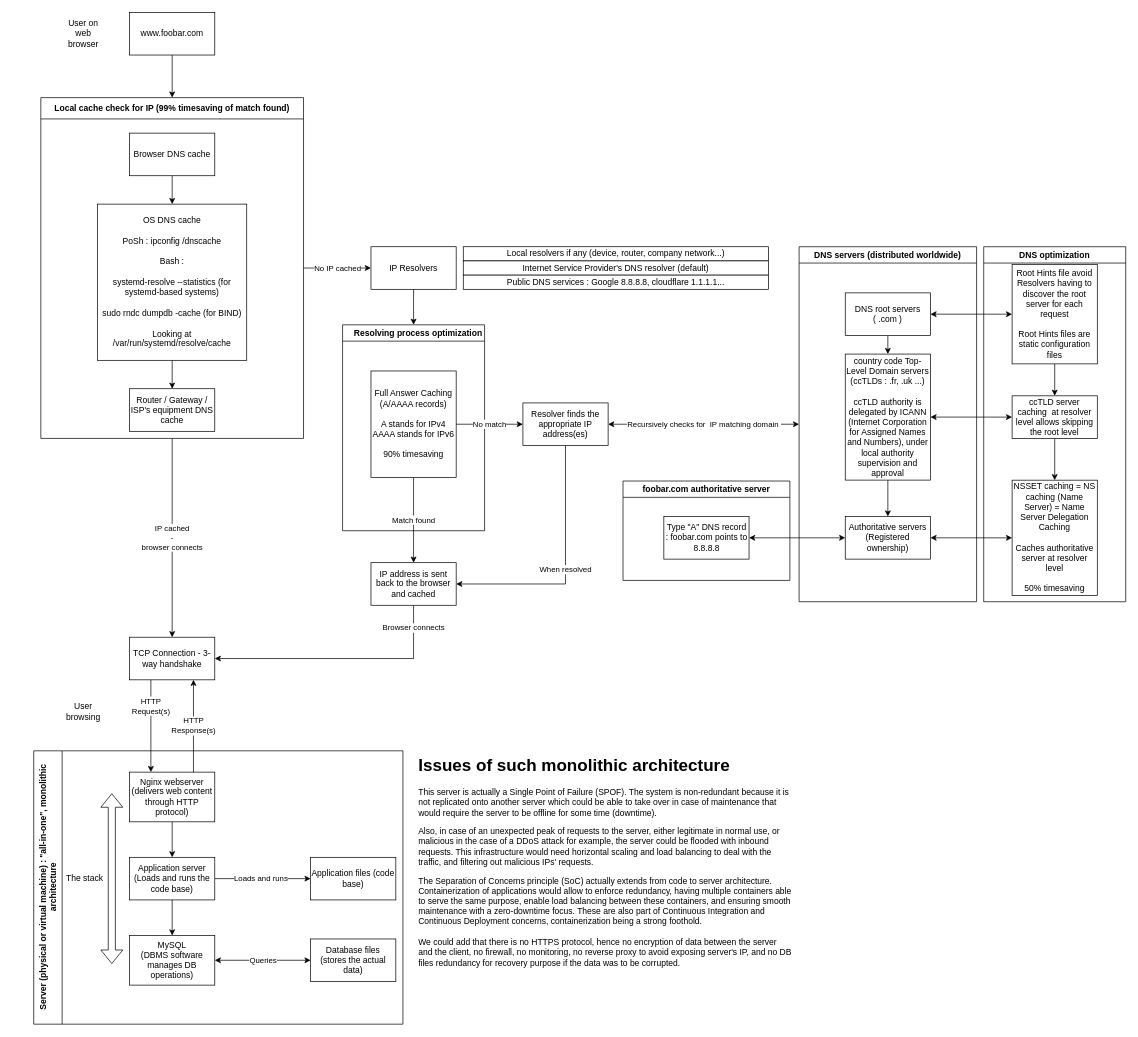
The draw.io diagram web_infrastructure_design/0-simple_web_stack.drawio in jmitchell35/holbertonschool-system_engineering-devops, before the edit. Source tidied: cells renumbered, new cells numbered last; positions are measured from the earlier drawing's top-left corner, leaving out a move shared by most shapes. Both pictures are drawn from the tidied source at 71%, with x=0, y=0 at pixel (33, 12).
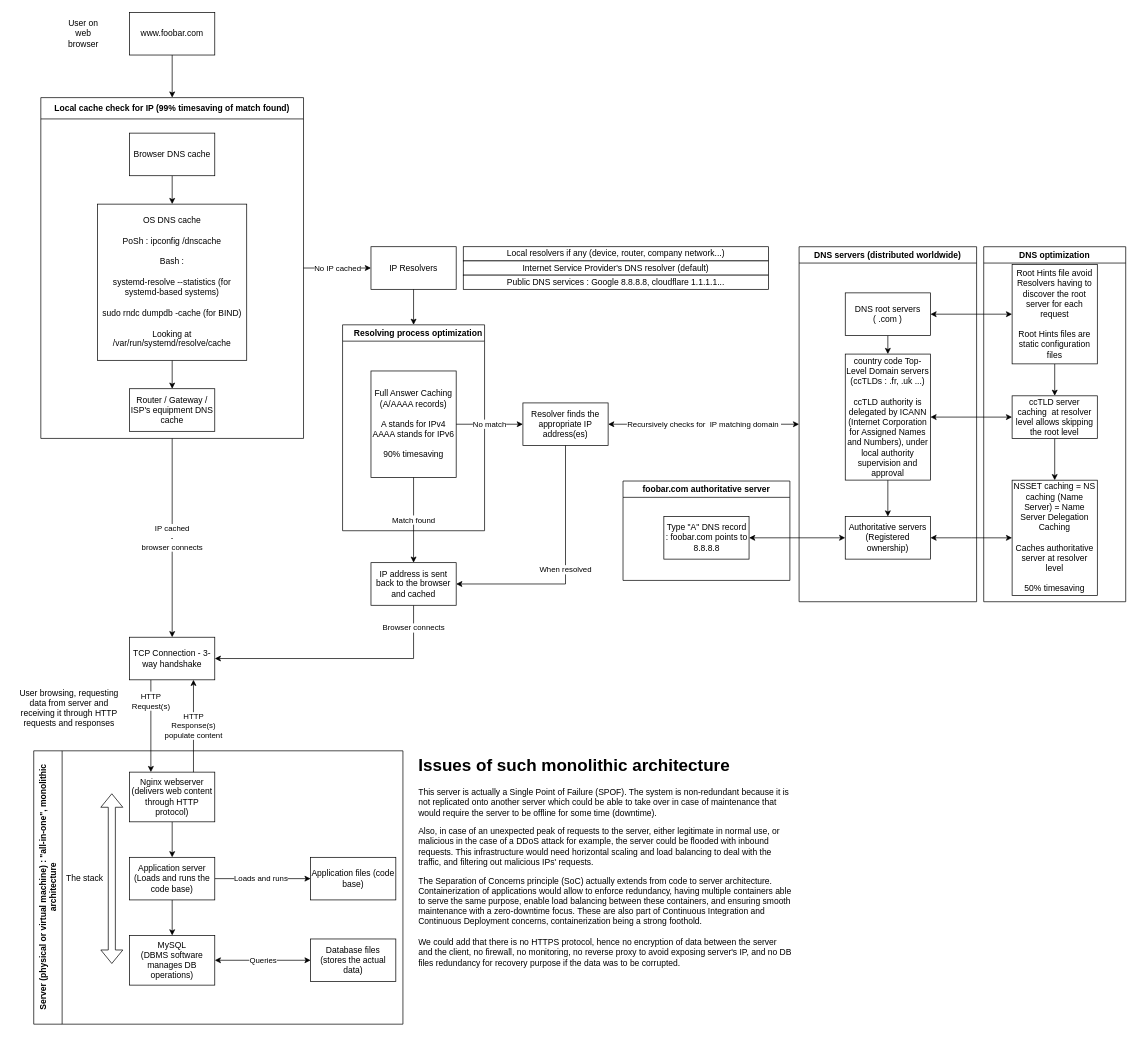
After the change.

Commit message:
Some more info next to the TCP connection

The change refers to these unchanged cells:
```xml
<mxCell id="4" value="Nginx webserver (delivers web content through HTTP protocol)" style="rounded=0;whiteSpace=wrap;html=1;" parent="2" vertex="1">
  <mxGeometry x="135" y="30" width="120" height="70" as="geometry" />
</mxCell>
<mxCell id="31" value="TCP Connection - 3-way handshake" style="rounded=0;whiteSpace=wrap;html=1;" parent="18" vertex="1">
  <mxGeometry x="125" y="880" width="120" height="60" as="geometry" />
</mxCell>
```

What changed in the source:
```diff
@@
     <mxCell id="14" value="HTTP&lt;div&gt;Request(s)&lt;/div&gt;" style="edgeStyle=orthogonalEdgeStyle;rounded=0;jettySize=auto;html=1;exitX=0.25;exitY=1;exitDx=0;exitDy=0;entryX=0.25;entryY=0;entryDx=0;entryDy=0;" parent="1" edge="1" source="31" target="4">
-      <mxGeometry x="-0.43" relative="1" as="geometry" />
+      <mxGeometry x="-0.54" relative="1" as="geometry" />
     </mxCell>
-    <mxCell id="15" value="HTTP&lt;div&gt;Response(s)&lt;/div&gt;" style="edgeStyle=orthogonalEdgeStyle;rounded=0;jettySize=auto;html=1;exitX=0.75;exitY=0;exitDx=0;exitDy=0;entryX=0.75;entryY=1;entryDx=0;entryDy=0;" parent="1" edge="1" source="4" target="31">
+    <mxCell id="15" value="HTTP&lt;div&gt;Response(s)&lt;br&gt;populate content&lt;/div&gt;" style="edgeStyle=orthogonalEdgeStyle;rounded=0;jettySize=auto;html=1;exitX=0.75;exitY=0;exitDx=0;exitDy=0;entryX=0.75;entryY=1;entryDx=0;entryDy=0;" parent="1" edge="1" source="4" target="31">
       <mxGeometry relative="1" as="geometry" />
     </mxCell>
-    <mxCell id="16" value="User browsing" style="text;html=1;align=center;verticalAlign=middle;whiteSpace=wrap;rounded=0;" parent="1" vertex="1">
-      <mxGeometry x="40" y="970" width="60" height="30" as="geometry" />
+    <mxCell id="16" value="User browsing, requesting data from server and receiving it through HTTP requests and responses" style="text;html=1;align=center;verticalAlign=middle;whiteSpace=wrap;rounded=0;" parent="1" vertex="1">
+      <mxGeometry x="-30" y="940" width="160" height="80" as="geometry" />
     </mxCell>
```
